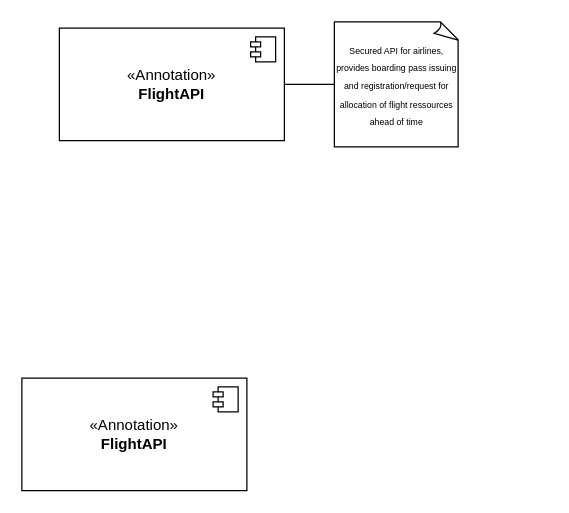
Earlier version of the draw.io diagram Diagrams/Untitled Diagram.drawio (oskarbreindahl/Softwarebyggehygge). Source tidied: cells renumbered, new cells numbered last; positions are measured from the earlier drawing's top-left corner, leaving out a move shared by most shapes. Both pictures are drawn from the tidied source at 125%, with x=0, y=0 at pixel (21, 21).
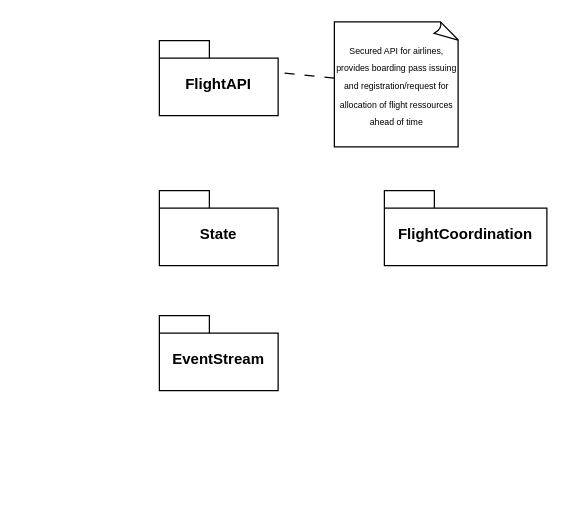
The same page after the edit.

Diff of the diagram source:
```diff
@@
 <mxGraphModel>
   <root>
     <mxCell id="0" />
     <mxCell id="1" parent="0" />
-    <mxCell id="2" value="«Annotation»&lt;br&gt;&lt;b&gt;Flight&lt;/b&gt;&lt;b style=&quot;background-color: initial;&quot;&gt;API&lt;/b&gt;" style="html=1;whiteSpace=wrap;" parent="1" vertex="1">
-      <mxGeometry x="30" y="5" width="180" height="90" as="geometry" />
-    </mxCell>
-    <mxCell id="3" style="shape=module;jettyWidth=8;jettyHeight=4;" parent="2" vertex="1">
-      <mxGeometry x="1" width="20" height="20" relative="1" as="geometry">
-        <mxPoint x="-27" y="7" as="offset" />
-      </mxGeometry>
-    </mxCell>
-    <mxCell id="4" value="«Annotation»&lt;br&gt;&lt;b&gt;Flight&lt;/b&gt;&lt;b style=&quot;background-color: initial;&quot;&gt;API&lt;/b&gt;" style="html=1;whiteSpace=wrap;" parent="1" vertex="1">
-      <mxGeometry y="285" width="180" height="90" as="geometry" />
-    </mxCell>
-    <mxCell id="5" style="shape=module;jettyWidth=8;jettyHeight=4;" parent="4" vertex="1">
-      <mxGeometry x="1" width="20" height="20" relative="1" as="geometry">
-        <mxPoint x="-27" y="7" as="offset" />
-      </mxGeometry>
-    </mxCell>
-    <mxCell id="6" style="edgeStyle=orthogonalEdgeStyle;rounded=0;jettySize=auto;html=1;entryX=1;entryY=0.5;entryDx=0;entryDy=0;endArrow=none;endFill=0;" parent="1" edge="1" source="7" target="2">
+    <mxCell id="6" style="rounded=0;jettySize=auto;html=1;entryX=0;entryY=0;entryDx=70;entryDy=23;endArrow=none;endFill=0;entryPerimeter=0;dashed=1;dashPattern=8 8;" parent="1" edge="1" source="7" target="8">
       <mxGeometry relative="1" as="geometry" />
     </mxCell>
     <mxCell id="7" value="&lt;font style=&quot;font-size: 7px;&quot;&gt;Secured API for airlines, provides boarding pass issuing and registration/request for allocation of flight ressources ahead of time&lt;/font&gt;" style="whiteSpace=wrap;html=1;shape=mxgraph.basic.document;" parent="1" vertex="1">
       <mxGeometry x="250" width="100" height="100" as="geometry" />
     </mxCell>
+    <mxCell id="8" value="FlightAPI" style="shape=folder;fontStyle=1;spacingTop=10;tabWidth=40;tabHeight=14;tabPosition=left;html=1;whiteSpace=wrap;" parent="1" vertex="1">
+      <mxGeometry x="110" y="15" width="95" height="60" as="geometry" />
+    </mxCell>
+    <mxCell id="9" value="EventStream" style="shape=folder;fontStyle=1;spacingTop=10;tabWidth=40;tabHeight=14;tabPosition=left;html=1;whiteSpace=wrap;" parent="1" vertex="1">
+      <mxGeometry x="110" y="235" width="95" height="60" as="geometry" />
+    </mxCell>
+    <mxCell id="10" value="FlightCoordination" style="shape=folder;fontStyle=1;spacingTop=10;tabWidth=40;tabHeight=14;tabPosition=left;html=1;whiteSpace=wrap;" parent="1" vertex="1">
+      <mxGeometry x="290" y="135" width="130" height="60" as="geometry" />
+    </mxCell>
+    <mxCell id="11" value="State" style="shape=folder;fontStyle=1;spacingTop=10;tabWidth=40;tabHeight=14;tabPosition=left;html=1;whiteSpace=wrap;" parent="1" vertex="1">
+      <mxGeometry x="110" y="135" width="95" height="60" as="geometry" />
+    </mxCell>
   </root>
 </mxGraphModel>
```
